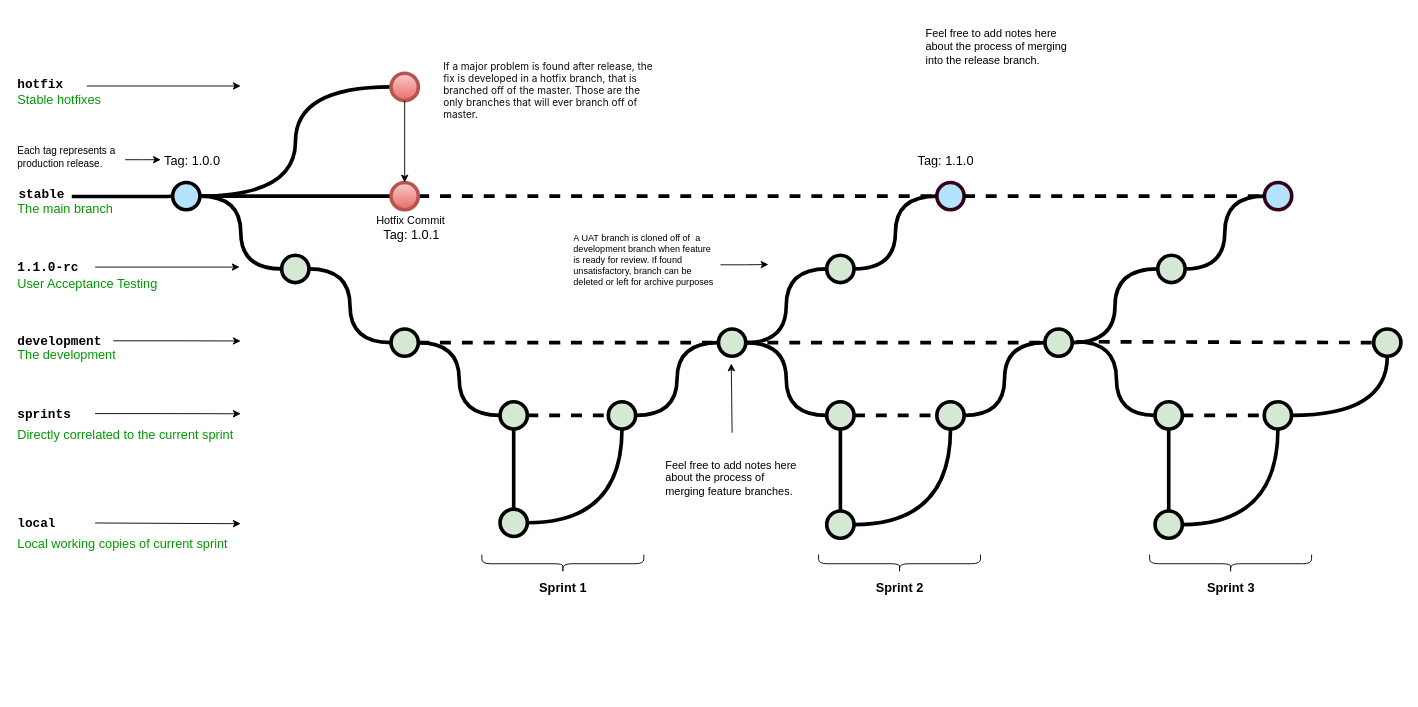
Before: Untitled Diagram.drawio in Flat-Tree/HW.Diagrams, a draw.io diagram. Source tidied: cells renumbered, new cells numbered last; positions are measured from the earlier drawing's top-left corner, leaving out a move shared by most shapes. Both pictures are drawn from the tidied source at 91%, with x=0, y=0 at pixel (15, 15).
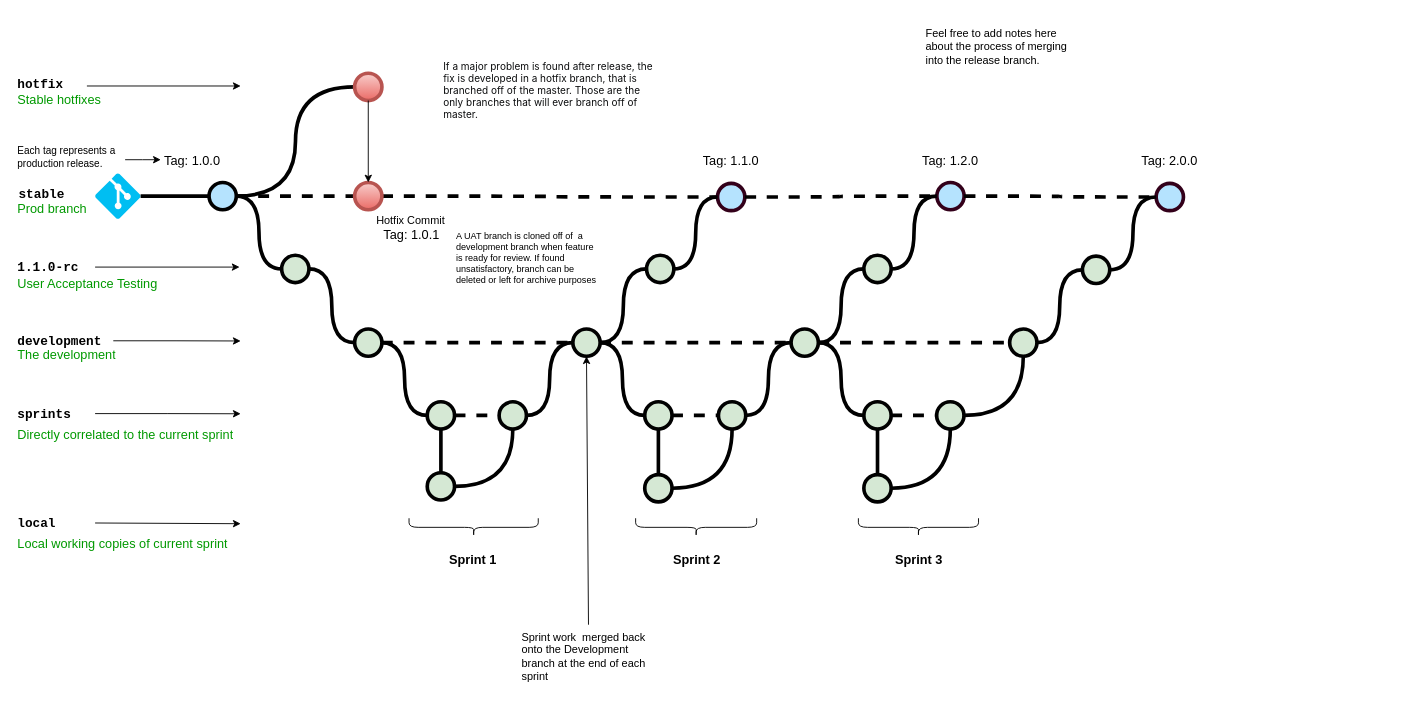
The same diagram, later.

The edit, as a diff of the source:
```diff
@@
-    <mxCell id="3" style="edgeStyle=orthogonalEdgeStyle;rounded=0;html=1;jettySize=auto;plain-blue;endArrow=none;endFill=0;strokeWidth=4;strokeColor=#000000;entryX=0;entryY=0.5;entryDx=0;entryDy=0;entryPerimeter=0;" parent="1" edge="1" source="5" target="41">
+    <mxCell id="3" style="edgeStyle=orthogonalEdgeStyle;rounded=0;html=1;jettySize=auto;plain-blue;endArrow=none;endFill=0;strokeWidth=4;strokeColor=#000000;entryX=0;entryY=0.5;entryDx=0;entryDy=0;entryPerimeter=0;dashed=1;" parent="1" edge="1" source="5" target="41">
       <mxGeometry x="292.2" y="211" as="geometry" />
     </mxCell>
@@
     <mxCell id="5" style="verticalLabelPosition=bottom;verticalAlign=top;html=1;strokeWidth=4;shape=mxgraph.flowchart.on-page_reference;plain-blue;gradientColor=none;fillColor=#B5E3Fe;strokeColor=#000000;" parent="1" vertex="1">
-      <mxGeometry x="172.2" y="183" width="30" height="30" as="geometry" />
+      <mxGeometry x="212.2" y="183" width="30" height="30" as="geometry" />
     </mxCell>
@@
     <mxCell id="7" style="verticalLabelPosition=bottom;verticalAlign=top;html=1;strokeWidth=4;shape=mxgraph.flowchart.on-page_reference;plain-blue;gradientColor=none;strokeColor=#33001A;fillColor=#B5E3FE;" parent="1" vertex="1">
-      <mxGeometry x="1012" y="183" width="30" height="30" as="geometry" />
+      <mxGeometry x="771" y="184" width="30" height="30" as="geometry" />
     </mxCell>
-    <mxCell id="8" style="edgeStyle=orthogonalEdgeStyle;rounded=0;html=1;jettySize=auto;strokeWidth=4;endArrow=none;endFill=0;exitX=0.418;exitY=-0.13;exitDx=0;exitDy=0;exitPerimeter=0;" parent="1" edge="1" source="29" target="5">
-      <mxGeometry x="192.2" y="211" as="geometry" />
-    </mxCell>
@@
     <mxCell id="14" style="verticalLabelPosition=bottom;verticalAlign=top;html=1;strokeWidth=4;shape=mxgraph.flowchart.on-page_reference;plain-purple;gradientColor=none;strokeColor=#000000;fillColor=#D5E8D4;" parent="1" vertex="1">
-      <mxGeometry x="412.2" y="344" width="30" height="30" as="geometry" />
+      <mxGeometry x="372.2" y="344" width="30" height="30" as="geometry" />
     </mxCell>
@@
     <mxCell id="17" style="verticalLabelPosition=bottom;verticalAlign=top;html=1;strokeWidth=4;shape=mxgraph.flowchart.on-page_reference;plain-purple;gradientColor=none;strokeColor=#000000;fillColor=#D5E8D4;" parent="1" vertex="1">
-      <mxGeometry x="772" y="344" width="30" height="30" as="geometry" />
+      <mxGeometry x="612" y="344" width="30" height="30" as="geometry" />
     </mxCell>
@@
     <mxCell id="21" style="verticalLabelPosition=bottom;verticalAlign=top;html=1;strokeWidth=4;shape=mxgraph.flowchart.on-page_reference;plain-purple;gradientColor=none;strokeColor=#000000;fillColor=#D5E8D4;" parent="1" vertex="1">
-      <mxGeometry x="532" y="424" width="30" height="30" as="geometry" />
+      <mxGeometry x="452" y="424" width="30" height="30" as="geometry" />
     </mxCell>
@@
     <mxCell id="23" style="verticalLabelPosition=bottom;verticalAlign=top;html=1;strokeWidth=4;shape=mxgraph.flowchart.on-page_reference;plain-purple;gradientColor=none;strokeColor=#000000;fillColor=#D5E8D4;" parent="1" vertex="1">
-      <mxGeometry x="651" y="424" width="30" height="30" as="geometry" />
+      <mxGeometry x="531" y="424" width="30" height="30" as="geometry" />
     </mxCell>
@@
-    <mxCell id="29" value="The main branch&lt;br&gt;" style="text;html=1;strokeColor=none;fillColor=none;align=left;verticalAlign=middle;whiteSpace=wrap;overflow=hidden;fontSize=14;fontStyle=0;fontColor=#009900;" parent="1" vertex="1">
+    <mxCell id="29" value="Prod branch" style="text;html=1;strokeColor=none;fillColor=none;align=left;verticalAlign=middle;whiteSpace=wrap;overflow=hidden;fontSize=14;fontStyle=0;fontColor=#009900;" parent="1" vertex="1">
       <mxGeometry y="201" width="146.8" height="20" as="geometry" />
     </mxCell>
@@
-    <mxCell id="33" style="verticalLabelPosition=bottom;verticalAlign=top;html=1;strokeWidth=4;shape=mxgraph.flowchart.on-page_reference;plain-purple;gradientColor=none;strokeColor=#000000;fillColor=#D5E8D4;" parent="1" vertex="1">
-      <mxGeometry x="891" y="263" width="30" height="30" as="geometry" />
-    </mxCell>
     <mxCell id="34" value="Tag: 1.1.0" style="text;html=1;strokeColor=none;fillColor=none;align=center;verticalAlign=middle;whiteSpace=wrap;overflow=hidden;fontSize=14;" parent="1" vertex="1">
-      <mxGeometry x="967" y="148" width="110" height="20" as="geometry" />
+      <mxGeometry x="731" y="148" width="110" height="20" as="geometry" />
     </mxCell>
-    <mxCell id="35" style="endArrow=classic;html=1;strokeWidth=1;fontFamily=Courier New;fontColor=#009900;exitX=0.5;exitY=0;exitDx=0;exitDy=0;" parent="1" edge="1" source="64">
-      <mxGeometry relative="1" as="geometry">
-        <mxPoint x="786.1" y="382" as="targetPoint" />
-      </mxGeometry>
+    <mxCell id="35" style="endArrow=classic;html=1;strokeWidth=1;fontFamily=Courier New;fontColor=#009900;exitX=0.5;exitY=0;exitDx=0;exitDy=0;entryX=0.5;entryY=1;entryDx=0;entryDy=0;entryPerimeter=0;" parent="1" edge="1" source="64" target="17">
+      <mxGeometry relative="1" as="geometry" />
     </mxCell>
-    <mxCell id="36" style="edgeStyle=orthogonalEdgeStyle;rounded=0;jettySize=auto;html=1;exitX=1;exitY=0.5;exitDx=0;exitDy=0;" parent="1" edge="1" source="37">
-      <mxGeometry relative="1" as="geometry">
-        <mxPoint x="827" y="273.2" as="targetPoint" />
-      </mxGeometry>
-    </mxCell>
     <mxCell id="37" value="&lt;span style=&quot;font-size: 10px;&quot;&gt;A UAT branch is cloned off of&amp;nbsp; a development&amp;nbsp;branch when feature is ready for review. If found unsatisfactory, branch can be deleted or left for archive purposes&lt;br style=&quot;font-size: 10px;&quot;&gt;&lt;/span&gt;" style="text;html=1;strokeColor=none;fillColor=none;align=left;verticalAlign=top;whiteSpace=wrap;overflow=hidden;fontSize=10;fontStyle=0;fontColor=#000000;" parent="1" vertex="1">
-      <mxGeometry x="611" y="232" width="163.2" height="83" as="geometry" />
+      <mxGeometry x="482" y="230" width="163.2" height="83" as="geometry" />
     </mxCell>
@@
     <mxCell id="41" style="verticalLabelPosition=bottom;verticalAlign=top;html=1;strokeWidth=4;shape=mxgraph.flowchart.on-page_reference;plain-blue;gradientColor=#EA6B66;strokeColor=#B85450;fillColor=#F8CECC;" parent="1" vertex="1">
-      <mxGeometry x="412.2" y="183" width="30" height="30" as="geometry" />
+      <mxGeometry x="372.2" y="183" width="30" height="30" as="geometry" />
     </mxCell>
@@
     <mxCell id="45" style="verticalLabelPosition=bottom;verticalAlign=top;html=1;strokeWidth=4;shape=mxgraph.flowchart.on-page_reference;plain-blue;gradientColor=#EA6B66;strokeColor=#B85450;fillColor=#F8CECC;" parent="1" vertex="1">
-      <mxGeometry x="412.2" y="63" width="30" height="30" as="geometry" />
+      <mxGeometry x="372.2" y="63" width="30" height="30" as="geometry" />
     </mxCell>
@@
     <mxCell id="50" style="verticalLabelPosition=bottom;verticalAlign=top;html=1;strokeWidth=4;shape=mxgraph.flowchart.on-page_reference;plain-purple;gradientColor=none;strokeColor=#000000;fillColor=#D5E8D4;" parent="1" vertex="1">
-      <mxGeometry x="532" y="542" width="30" height="30" as="geometry" />
+      <mxGeometry x="452" y="502" width="30" height="30" as="geometry" />
     </mxCell>
@@
     <mxCell id="56" style="verticalLabelPosition=bottom;verticalAlign=top;html=1;strokeWidth=4;shape=mxgraph.flowchart.on-page_reference;plain-purple;gradientColor=none;strokeColor=#000000;fillColor=#D5E8D4;direction=south;" parent="1" vertex="1">
-      <mxGeometry x="891" y="424" width="30" height="30" as="geometry" />
+      <mxGeometry x="691" y="424" width="30" height="30" as="geometry" />
     </mxCell>
@@
     <mxCell id="59" style="verticalLabelPosition=bottom;verticalAlign=top;html=1;strokeWidth=4;shape=mxgraph.flowchart.on-page_reference;plain-purple;gradientColor=none;strokeColor=#000000;fillColor=#D5E8D4;" parent="1" vertex="1">
-      <mxGeometry x="891" y="544" width="30" height="30" as="geometry" />
+      <mxGeometry x="691" y="504" width="30" height="30" as="geometry" />
     </mxCell>
     <mxCell id="60" style="verticalLabelPosition=bottom;verticalAlign=top;html=1;strokeWidth=4;shape=mxgraph.flowchart.on-page_reference;plain-purple;gradientColor=none;strokeColor=#000000;fillColor=#D5E8D4;direction=south;" parent="1" vertex="1">
-      <mxGeometry x="1012" y="424" width="30" height="30" as="geometry" />
+      <mxGeometry x="772" y="424" width="30" height="30" as="geometry" />
     </mxCell>
@@
     <mxCell id="63" style="shape=curlyBracket;whiteSpace=wrap;html=1;rounded=1;flipH=1;labelPosition=center;verticalLabelPosition=middle;align=center;verticalAlign=middle;rotation=90;textDirection=ltr;horizontal=0;size=0.5;" parent="1" vertex="1">
-      <mxGeometry x="591" y="513" width="20" height="178" as="geometry" />
+      <mxGeometry x="493" y="491" width="20" height="142" as="geometry" />
     </mxCell>
-    <mxCell id="64" value="&lt;div style=&quot;&quot;&gt;&lt;span&gt;Feel free to add notes here about the&amp;nbsp;&lt;/span&gt;&lt;span style=&quot;background-color: initial;&quot;&gt;process of merging feature branches.&lt;/span&gt;&lt;/div&gt;" style="text;html=1;strokeColor=none;fillColor=none;align=left;verticalAlign=middle;whiteSpace=wrap;overflow=hidden;fontSize=12;fontStyle=0;fontColor=#000000;" parent="1" vertex="1">
-      <mxGeometry x="712" y="458" width="150" height="100" as="geometry" />
+    <mxCell id="64" value="&lt;div style=&quot;&quot;&gt;Sprint work&amp;nbsp; merged back onto the Development branch at the end of each sprint&lt;/div&gt;" style="text;html=1;strokeColor=none;fillColor=none;align=left;verticalAlign=top;whiteSpace=wrap;overflow=hidden;fontSize=12;fontStyle=0;fontColor=#000000;" parent="1" vertex="1">
+      <mxGeometry x="554.2" y="669" width="150" height="71" as="geometry" />
     </mxCell>
     <mxCell id="65" value="Sprint 1" style="text;strokeColor=none;fillColor=none;html=1;fontSize=14;fontStyle=1;verticalAlign=middle;align=center;" parent="1" vertex="1">
-      <mxGeometry x="551" y="608" width="100" height="40" as="geometry" />
+      <mxGeometry x="452" y="578" width="100" height="40" as="geometry" />
     </mxCell>
     <mxCell id="66" style="shape=curlyBracket;whiteSpace=wrap;html=1;rounded=1;flipH=1;labelPosition=center;verticalLabelPosition=middle;align=center;verticalAlign=middle;rotation=90;textDirection=ltr;horizontal=0;size=0.5;" parent="1" vertex="1">
-      <mxGeometry x="961" y="513" width="20" height="178" as="geometry" />
+      <mxGeometry x="737.5" y="495.5" width="20" height="133" as="geometry" />
     </mxCell>
     <mxCell id="67" value="Sprint 2" style="text;strokeColor=none;fillColor=none;html=1;fontSize=14;fontStyle=1;verticalAlign=middle;align=center;" parent="1" vertex="1">
-      <mxGeometry x="921" y="608" width="100" height="40" as="geometry" />
+      <mxGeometry x="697.5" y="578" width="100" height="40" as="geometry" />
     </mxCell>
     <mxCell id="68" style="verticalLabelPosition=bottom;verticalAlign=top;html=1;strokeWidth=4;shape=mxgraph.flowchart.on-page_reference;plain-purple;gradientColor=none;strokeColor=#000000;fillColor=#D5E8D4;" parent="1" vertex="1">
-      <mxGeometry x="1130.8" y="344" width="30" height="30" as="geometry" />
+      <mxGeometry x="851.8" y="344" width="30" height="30" as="geometry" />
     </mxCell>
@@
     <mxCell id="71" style="verticalLabelPosition=bottom;verticalAlign=top;html=1;strokeWidth=4;shape=mxgraph.flowchart.on-page_reference;plain-purple;gradientColor=none;strokeColor=#000000;fillColor=#D5E8D4;direction=south;" parent="1" vertex="1">
-      <mxGeometry x="1251.8" y="424" width="30" height="30" as="geometry" />
+      <mxGeometry x="931.8" y="424" width="30" height="30" as="geometry" />
     </mxCell>
@@
     <mxCell id="73" style="verticalLabelPosition=bottom;verticalAlign=top;html=1;strokeWidth=4;shape=mxgraph.flowchart.on-page_reference;plain-purple;gradientColor=none;strokeColor=#000000;fillColor=#D5E8D4;" parent="1" vertex="1">
-      <mxGeometry x="1251.8" y="544" width="30" height="30" as="geometry" />
+      <mxGeometry x="931.8" y="504" width="30" height="30" as="geometry" />
     </mxCell>
     <mxCell id="74" style="verticalLabelPosition=bottom;verticalAlign=top;html=1;strokeWidth=4;shape=mxgraph.flowchart.on-page_reference;plain-purple;gradientColor=none;strokeColor=#000000;fillColor=#D5E8D4;direction=south;" parent="1" vertex="1">
-      <mxGeometry x="1371.8" y="424" width="30" height="30" as="geometry" />
+      <mxGeometry x="1011.8" y="424" width="30" height="30" as="geometry" />
     </mxCell>
@@
     <mxCell id="77" style="shape=curlyBracket;whiteSpace=wrap;html=1;rounded=1;flipH=1;labelPosition=center;verticalLabelPosition=middle;align=center;verticalAlign=middle;rotation=90;textDirection=ltr;horizontal=0;size=0.5;" parent="1" vertex="1">
-      <mxGeometry x="1324.8" y="513" width="20" height="178" as="geometry" />
+      <mxGeometry x="981.8" y="496" width="20" height="132" as="geometry" />
     </mxCell>
     <mxCell id="78" value="Sprint 3" style="text;strokeColor=none;fillColor=none;html=1;fontSize=14;fontStyle=1;verticalAlign=middle;align=center;" parent="1" vertex="1">
-      <mxGeometry x="1284.8" y="608" width="100" height="40" as="geometry" />
+      <mxGeometry x="942" y="578" width="100" height="40" as="geometry" />
     </mxCell>
-    <mxCell id="79" style="edgeStyle=orthogonalEdgeStyle;curved=1;rounded=0;jettySize=auto;html=1;exitX=0.5;exitY=0;exitDx=0;exitDy=0;exitPerimeter=0;entryX=0.5;entryY=1;entryDx=0;entryDy=0;entryPerimeter=0;endArrow=none;endFill=0;strokeWidth=4;fontFamily=Courier New;fontColor=#009900;" parent="1" edge="1" source="74" target="87">
+    <mxCell id="79" style="edgeStyle=orthogonalEdgeStyle;curved=1;rounded=0;jettySize=auto;html=1;entryX=0.5;entryY=1;entryDx=0;entryDy=0;entryPerimeter=0;endArrow=none;endFill=0;strokeWidth=4;fontFamily=Courier New;fontColor=#009900;exitX=0.5;exitY=0;exitDx=0;exitDy=0;exitPerimeter=0;" parent="1" edge="1" source="74" target="87">
       <mxGeometry relative="1" as="geometry" />
     </mxCell>
-    <mxCell id="80" style="edgeStyle=orthogonalEdgeStyle;curved=1;rounded=0;jettySize=auto;html=1;endArrow=none;endFill=0;strokeWidth=4;fontFamily=Courier New;fontColor=#009900;entryX=0.5;entryY=1;entryDx=0;entryDy=0;entryPerimeter=0;exitX=1;exitY=0.5;exitDx=0;exitDy=0;exitPerimeter=0;" parent="1" edge="1" target="71">
-      <mxGeometry relative="1" as="geometry">
-        <mxPoint x="1165.8" y="358" as="sourcePoint" />
-      </mxGeometry>
+    <mxCell id="80" style="edgeStyle=orthogonalEdgeStyle;curved=1;rounded=0;jettySize=auto;html=1;endArrow=none;endFill=0;strokeWidth=4;fontFamily=Courier New;fontColor=#009900;entryX=0.5;entryY=1;entryDx=0;entryDy=0;entryPerimeter=0;exitX=1;exitY=0.5;exitDx=0;exitDy=0;exitPerimeter=0;" parent="1" edge="1" source="68" target="71">
+      <mxGeometry relative="1" as="geometry" />
     </mxCell>
-    <mxCell id="81" style="edgeStyle=orthogonalEdgeStyle;curved=1;rounded=0;jettySize=auto;html=1;endArrow=none;endFill=0;strokeWidth=4;fontFamily=Courier New;fontColor=#009900;exitX=1;exitY=0.5;exitDx=0;exitDy=0;exitPerimeter=0;dashed=1;entryX=0;entryY=0.5;entryDx=0;entryDy=0;entryPerimeter=0;" parent="1" edge="1" target="87">
-      <mxGeometry relative="1" as="geometry">
-        <mxPoint x="1165.8" y="358" as="sourcePoint" />
-      </mxGeometry>
+    <mxCell id="81" style="edgeStyle=orthogonalEdgeStyle;curved=1;rounded=0;jettySize=auto;html=1;endArrow=none;endFill=0;strokeWidth=4;fontFamily=Courier New;fontColor=#009900;exitX=1;exitY=0.5;exitDx=0;exitDy=0;exitPerimeter=0;dashed=1;entryX=0;entryY=0.5;entryDx=0;entryDy=0;entryPerimeter=0;" parent="1" edge="1" source="68" target="87">
+      <mxGeometry relative="1" as="geometry" />
     </mxCell>
     <mxCell id="82" style="verticalLabelPosition=bottom;verticalAlign=top;html=1;strokeWidth=4;shape=mxgraph.flowchart.on-page_reference;plain-purple;gradientColor=none;strokeColor=#000000;fillColor=#D5E8D4;" parent="1" vertex="1">
-      <mxGeometry x="1254.8" y="263" width="30" height="30" as="geometry" />
+      <mxGeometry x="931.8" y="263" width="30" height="30" as="geometry" />
     </mxCell>
@@
     <mxCell id="84" style="verticalLabelPosition=bottom;verticalAlign=top;html=1;strokeWidth=4;shape=mxgraph.flowchart.on-page_reference;plain-blue;gradientColor=none;strokeColor=#33001A;fillColor=#B5E3FE;" parent="1" vertex="1">
-      <mxGeometry x="1372" y="183" width="30" height="30" as="geometry" />
+      <mxGeometry x="1012" y="183" width="30" height="30" as="geometry" />
     </mxCell>
@@
     <mxCell id="87" style="verticalLabelPosition=bottom;verticalAlign=top;html=1;strokeWidth=4;shape=mxgraph.flowchart.on-page_reference;plain-purple;gradientColor=none;strokeColor=#000000;fillColor=#D5E8D4;" parent="1" vertex="1">
-      <mxGeometry x="1492" y="344" width="30" height="30" as="geometry" />
+      <mxGeometry x="1092" y="344" width="30" height="30" as="geometry" />
     </mxCell>
+    <mxCell id="88" style="verticalLabelPosition=bottom;verticalAlign=top;html=1;strokeWidth=4;shape=mxgraph.flowchart.on-page_reference;plain-purple;gradientColor=none;strokeColor=#000000;fillColor=#D5E8D4;" parent="1" vertex="1">
+      <mxGeometry x="1172" y="264" width="30" height="30" as="geometry" />
+    </mxCell>
+    <mxCell id="89" style="edgeStyle=orthogonalEdgeStyle;curved=1;rounded=0;jettySize=auto;html=1;entryX=0;entryY=0.5;entryDx=0;entryDy=0;entryPerimeter=0;endArrow=none;endFill=0;strokeWidth=4;fontFamily=Courier New;fontColor=#009900;exitX=1;exitY=0.5;exitDx=0;exitDy=0;exitPerimeter=0;" parent="1" edge="1" source="87" target="88">
+      <mxGeometry relative="1" as="geometry" />
+    </mxCell>
+    <mxCell id="90" style="verticalLabelPosition=bottom;verticalAlign=top;html=1;strokeWidth=4;shape=mxgraph.flowchart.on-page_reference;plain-blue;gradientColor=none;strokeColor=#33001A;fillColor=#B5E3FE;" parent="1" vertex="1">
+      <mxGeometry x="1253" y="184" width="30" height="30" as="geometry" />
+    </mxCell>
+    <mxCell id="91" style="edgeStyle=orthogonalEdgeStyle;curved=1;rounded=0;jettySize=auto;html=1;entryX=0;entryY=0.5;entryDx=0;entryDy=0;entryPerimeter=0;endArrow=none;endFill=0;strokeWidth=4;fontFamily=Courier New;fontColor=#009900;exitX=1;exitY=0.5;exitDx=0;exitDy=0;exitPerimeter=0;" parent="1" edge="1" source="88" target="90">
+      <mxGeometry relative="1" as="geometry" />
+    </mxCell>
+    <mxCell id="92" style="edgeStyle=orthogonalEdgeStyle;curved=1;rounded=0;jettySize=auto;html=1;endArrow=none;endFill=0;strokeWidth=4;exitX=1;exitY=0.5;exitDx=0;exitDy=0;exitPerimeter=0;dashed=1;entryX=0;entryY=0.5;entryDx=0;entryDy=0;entryPerimeter=0;" parent="1" edge="1" source="84" target="90">
+      <mxGeometry relative="1" as="geometry" />
+    </mxCell>
+    <mxCell id="93" style="verticalLabelPosition=bottom;html=1;verticalAlign=top;align=center;strokeColor=none;fillColor=#00BEF2;shape=mxgraph.azure.git_repository;" parent="1" vertex="1">
+      <mxGeometry x="87" y="173" width="50" height="50" as="geometry" />
+    </mxCell>
+    <mxCell id="94" style="edgeStyle=orthogonalEdgeStyle;curved=1;rounded=0;html=1;exitX=1;exitY=0.5;exitPerimeter=0;entryX=0;entryY=0.5;entryPerimeter=0;endArrow=none;endFill=0;jettySize=auto;strokeWidth=4;fontSize=15;entryDx=0;entryDy=0;exitDx=0;exitDy=0;" parent="1" edge="1" source="93" target="5">
+      <mxGeometry relative="1" as="geometry" />
+    </mxCell>
+    <mxCell id="33" style="verticalLabelPosition=bottom;verticalAlign=top;html=1;strokeWidth=4;shape=mxgraph.flowchart.on-page_reference;plain-purple;gradientColor=none;strokeColor=#000000;fillColor=#D5E8D4;" parent="1" vertex="1">
+      <mxGeometry x="693" y="263" width="30" height="30" as="geometry" />
+    </mxCell>
+    <mxCell id="95" value="Tag: 1.2.0" style="text;html=1;strokeColor=none;fillColor=none;align=center;verticalAlign=middle;whiteSpace=wrap;overflow=hidden;fontSize=14;" parent="1" vertex="1">
+      <mxGeometry x="971.8" y="148" width="110" height="20" as="geometry" />
+    </mxCell>
+    <mxCell id="96" value="Tag: 2.0.0" style="text;html=1;strokeColor=none;fillColor=none;align=center;verticalAlign=middle;whiteSpace=wrap;overflow=hidden;fontSize=14;" parent="1" vertex="1">
+      <mxGeometry x="1213" y="148" width="110" height="20" as="geometry" />
+    </mxCell>
```
